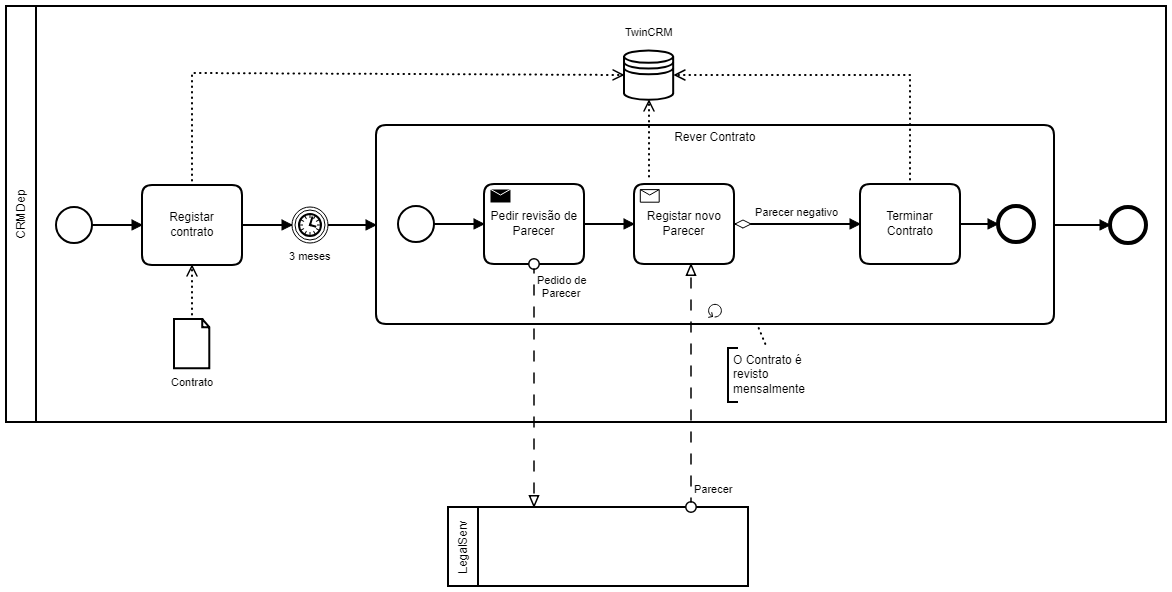
This is Entrega 2/Imagens/Gerir contrato.png from Mcvaleri0/Projeto-AMS, a BPMN export, as it was before one commit. Its source is kept beside it as Entrega 2/Gerir contrato.bpmn. Ids are renumbered.
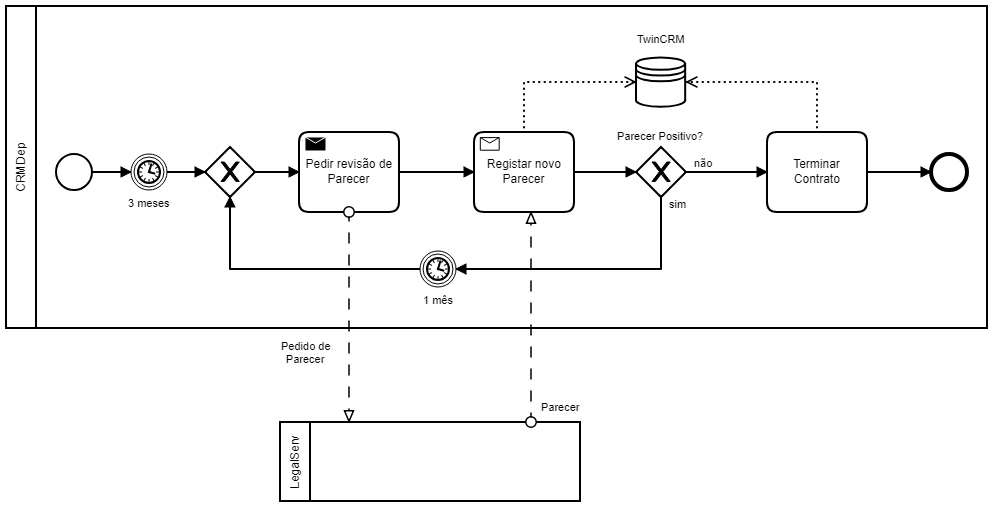
Above is the later version.

Commit message:
bpmn probably done

The edit, as a diff of the source:
```diff
@@ -2,207 +2,183 @@
   <bpmn:collaboration id="Collaboration_n2">
     <bpmn:participant id="Participant_n3" name="CRMDep" processRef="Process_1" />
     <bpmn:participant id="Participant_n4" name="LegalServ" processRef="Process_n5" />
+    <bpmn:messageFlow id="MessageFlow_n8" name="Parecer" sourceRef="Participant_n4" targetRef="Task_n9" />
     <bpmn:messageFlow id="MessageFlow_n6" name="Pedido de Parecer" sourceRef="Task_n7" targetRef="Participant_n4" />
-    <bpmn:messageFlow id="MessageFlow_n8" name="Parecer" sourceRef="Participant_n4" targetRef="Task_n9" />
   </bpmn:collaboration>
   <bpmn:process id="Process_1" isExecutable="true">
     <bpmn:startEvent id="StartEvent_1">
-      <bpmn:outgoing>SequenceFlow_n10</bpmn:outgoing>
+      <bpmn:outgoing>SequenceFlow_n35</bpmn:outgoing>
     </bpmn:startEvent>
-    <bpmn:task id="Task_n11" name="Registar contrato">
-      <bpmn:incoming>SequenceFlow_n10</bpmn:incoming>
-      <bpmn:outgoing>SequenceFlow_n12</bpmn:outgoing>
-      <bpmn:property id="Property_n13" name="__targetRef_placeholder" />
-      <bpmn:dataInputAssociation id="DataInputAssociation_n14">
-        <bpmn:sourceRef>DataObjectReference_n15</bpmn:sourceRef>
-        <bpmn:targetRef>Property_n13</bpmn:targetRef>
-      </bpmn:dataInputAssociation>
-      <bpmn:dataOutputAssociation id="DataOutputAssociation_n16">
+    <bpmn:exclusiveGateway id="ExclusiveGateway_n36">
+      <bpmn:incoming>SequenceFlow_n37</bpmn:incoming>
+      <bpmn:incoming>SequenceFlow_n38</bpmn:incoming>
+      <bpmn:outgoing>SequenceFlow_n39</bpmn:outgoing>
+    </bpmn:exclusiveGateway>
+    <bpmn:sendTask id="Task_n7" name="Pedir revisão de Parecer">
+      <bpmn:incoming>SequenceFlow_n39</bpmn:incoming>
+      <bpmn:outgoing>SequenceFlow_n40</bpmn:outgoing>
+    </bpmn:sendTask>
+    <bpmn:receiveTask id="Task_n9" name="Registar novo Parecer">
+      <bpmn:incoming>SequenceFlow_n40</bpmn:incoming>
+      <bpmn:outgoing>SequenceFlow_n41</bpmn:outgoing>
+      <bpmn:dataOutputAssociation id="DataOutputAssociation_n27">
+        <bpmn:targetRef>DataStoreReference_n17</bpmn:targetRef>
+      </bpmn:dataOutputAssociation>
+    </bpmn:receiveTask>
+    <bpmn:intermediateCatchEvent id="IntermediateThrowEvent_n42" name="1 mês">
+      <bpmn:incoming>SequenceFlow_n43</bpmn:incoming>
+      <bpmn:outgoing>SequenceFlow_n38</bpmn:outgoing>
+      <bpmn:timerEventDefinition />
+    </bpmn:intermediateCatchEvent>
+    <bpmn:exclusiveGateway id="ExclusiveGateway_n44" name="Parecer Positivo?">
+      <bpmn:incoming>SequenceFlow_n41</bpmn:incoming>
+      <bpmn:outgoing>SequenceFlow_n45</bpmn:outgoing>
+      <bpmn:outgoing>SequenceFlow_n43</bpmn:outgoing>
+    </bpmn:exclusiveGateway>
+    <bpmn:dataStoreReference id="DataStoreReference_n17" name="TwinCRM" />
+    <bpmn:task id="Task_n28" name="Terminar Contrato">
+      <bpmn:incoming>SequenceFlow_n45</bpmn:incoming>
+      <bpmn:outgoing>SequenceFlow_n21</bpmn:outgoing>
+      <bpmn:dataOutputAssociation id="DataOutputAssociation_n30">
         <bpmn:targetRef>DataStoreReference_n17</bpmn:targetRef>
       </bpmn:dataOutputAssociation>
     </bpmn:task>
-    <bpmn:sequenceFlow id="SequenceFlow_n10" sourceRef="StartEvent_1" targetRef="Task_n11" />
-    <bpmn:sequenceFlow id="SequenceFlow_n12" sourceRef="Task_n11" targetRef="IntermediateThrowEvent_n18" />
-    <bpmn:intermediateCatchEvent id="IntermediateThrowEvent_n18" name="3 meses">
-      <bpmn:incoming>SequenceFlow_n12</bpmn:incoming>
-      <bpmn:outgoing>SequenceFlow_n19</bpmn:outgoing>
-      <bpmn:timerEventDefinition />
-    </bpmn:intermediateCatchEvent>
-    <bpmn:sequenceFlow id="SequenceFlow_n19" sourceRef="IntermediateThrowEvent_n18" targetRef="Task_n20" />
-    <bpmn:sequenceFlow id="SequenceFlow_n21" sourceRef="Task_n20" targetRef="EndEvent_n22" />
-    <bpmn:subProcess id="Task_n20" name="Rever Contrato">
-      <bpmn:incoming>SequenceFlow_n19</bpmn:incoming>
-      <bpmn:outgoing>SequenceFlow_n21</bpmn:outgoing>
-      <bpmn:standardLoopCharacteristics />
-      <bpmn:startEvent id="StartEvent_n23">
-        <bpmn:outgoing>SequenceFlow_n24</bpmn:outgoing>
-      </bpmn:startEvent>
-      <bpmn:sequenceFlow id="SequenceFlow_n24" sourceRef="StartEvent_n23" targetRef="Task_n7" />
-      <bpmn:sendTask id="Task_n7" name="Pedir revisão de Parecer">
-        <bpmn:incoming>SequenceFlow_n24</bpmn:incoming>
-        <bpmn:outgoing>SequenceFlow_n25</bpmn:outgoing>
-      </bpmn:sendTask>
-      <bpmn:sequenceFlow id="SequenceFlow_n25" sourceRef="Task_n7" targetRef="Task_n9" />
-      <bpmn:receiveTask id="Task_n9" name="Registar novo Parecer">
-        <bpmn:incoming>SequenceFlow_n25</bpmn:incoming>
-        <bpmn:outgoing>SequenceFlow_n26</bpmn:outgoing>
-        <bpmn:dataOutputAssociation id="DataOutputAssociation_n27">
-          <bpmn:targetRef>DataStoreReference_n17</bpmn:targetRef>
-        </bpmn:dataOutputAssociation>
-      </bpmn:receiveTask>
-      <bpmn:task id="Task_n28" name="Terminar Contrato">
-        <bpmn:incoming>SequenceFlow_n26</bpmn:incoming>
-        <bpmn:outgoing>SequenceFlow_n29</bpmn:outgoing>
-        <bpmn:dataOutputAssociation id="DataOutputAssociation_n30">
-          <bpmn:targetRef>DataStoreReference_n17</bpmn:targetRef>
-        </bpmn:dataOutputAssociation>
-      </bpmn:task>
-      <bpmn:endEvent id="EndEvent_n31">
-        <bpmn:incoming>SequenceFlow_n29</bpmn:incoming>
-      </bpmn:endEvent>
-      <bpmn:sequenceFlow id="SequenceFlow_n29" sourceRef="Task_n28" targetRef="EndEvent_n31" />
-      <bpmn:sequenceFlow id="SequenceFlow_n26" name="Parecer negativo" sourceRef="Task_n9" targetRef="Task_n28">
-        <bpmn:conditionExpression xsi:type="bpmn:tFormalExpression" />
-      </bpmn:sequenceFlow>
-    </bpmn:subProcess>
-    <bpmn:dataStoreReference id="DataStoreReference_n17" name="TwinCRM" />
     <bpmn:endEvent id="EndEvent_n22">
       <bpmn:incoming>SequenceFlow_n21</bpmn:incoming>
     </bpmn:endEvent>
-    <bpmn:dataObjectReference id="DataObjectReference_n15" name="Contrato" dataObjectRef="DataObject_n32" />
-    <bpmn:dataObject id="DataObject_n32" />
-    <bpmn:association id="Association_n33" sourceRef="Task_n20" targetRef="TextAnnotation_n34" />
-    <bpmn:textAnnotation id="TextAnnotation_n34">
-      <bpmn:text>O Contrato é revisto mensalmente</bpmn:text>
-    </bpmn:textAnnotation>
+    <bpmn:sequenceFlow id="SequenceFlow_n21" sourceRef="Task_n28" targetRef="EndEvent_n22" />
+    <bpmn:sequenceFlow id="SequenceFlow_n40" sourceRef="Task_n7" targetRef="Task_n9" />
+    <bpmn:sequenceFlow id="SequenceFlow_n41" sourceRef="Task_n9" targetRef="ExclusiveGateway_n44" />
+    <bpmn:sequenceFlow id="SequenceFlow_n45" name="não" sourceRef="ExclusiveGateway_n44" targetRef="Task_n28" />
+    <bpmn:sequenceFlow id="SequenceFlow_n43" name="sim" sourceRef="ExclusiveGateway_n44" targetRef="IntermediateThrowEvent_n42" />
+    <bpmn:sequenceFlow id="SequenceFlow_n35" sourceRef="StartEvent_1" targetRef="IntermediateThrowEvent_n18" />
+    <bpmn:sequenceFlow id="SequenceFlow_n37" sourceRef="IntermediateThrowEvent_n18" targetRef="ExclusiveGateway_n36" />
+    <bpmn:sequenceFlow id="SequenceFlow_n39" sourceRef="ExclusiveGateway_n36" targetRef="Task_n7" />
+    <bpmn:sequenceFlow id="SequenceFlow_n38" sourceRef="IntermediateThrowEvent_n42" targetRef="ExclusiveGateway_n36" />
+    <bpmn:intermediateCatchEvent id="IntermediateThrowEvent_n18" name="3 meses">
+      <bpmn:incoming>SequenceFlow_n35</bpmn:incoming>
+      <bpmn:outgoing>SequenceFlow_n37</bpmn:outgoing>
+      <bpmn:timerEventDefinition />
+    </bpmn:intermediateCatchEvent>
   </bpmn:process>
   <bpmn:process id="Process_n5" isExecutable="false" />
   <bpmndi:BPMNDiagram id="BPMNDiagram_1">
     <bpmndi:BPMNPlane id="BPMNPlane_1" bpmnElement="Collaboration_n2">
       <bpmndi:BPMNShape id="Participant_n3_di" bpmnElement="Participant_n3">
-        <dc:Bounds x="102" y="53" width="1160" height="416" />
+        <dc:Bounds x="71" y="32" width="981" height="322" />
       </bpmndi:BPMNShape>
       <bpmndi:BPMNShape id="_BPMNShape_StartEvent_2" bpmnElement="StartEvent_1">
-        <dc:Bounds x="152" y="254" width="36" height="36" />
+        <dc:Bounds x="121" y="180" width="36" height="36" />
       </bpmndi:BPMNShape>
       <bpmndi:BPMNShape id="DataStoreReference_n17_di" bpmnElement="DataStoreReference_n17">
-        <dc:Bounds x="720" y="97" width="50" height="50" />
+        <dc:Bounds x="701" y="83" width="50" height="50" />
         <bpmndi:BPMNLabel>
-          <dc:Bounds x="721" y="73" width="47" height="14" />
+          <dc:Bounds x="702" y="59" width="47" height="14" />
         </bpmndi:BPMNLabel>
       </bpmndi:BPMNShape>
-      <bpmndi:BPMNShape id="Task_n11_di" bpmnElement="Task_n11">
-        <dc:Bounds x="238" y="232" width="100" height="80" />
-      </bpmndi:BPMNShape>
-      <bpmndi:BPMNEdge id="SequenceFlow_n10_di" bpmnElement="SequenceFlow_n10">
-        <di:waypoint x="188" y="272" />
-        <di:waypoint x="238" y="272" />
-      </bpmndi:BPMNEdge>
-      <bpmndi:BPMNShape id="DataObjectReference_n15_di" bpmnElement="DataObjectReference_n15">
-        <dc:Bounds x="270" y="366" width="36" height="50" />
+      <bpmndi:BPMNShape id="IntermediateCatchEvent_1pkcipb_di" bpmnElement="IntermediateThrowEvent_n18">
+        <dc:Bounds x="196" y="180" width="36" height="36" />
         <bpmndi:BPMNLabel>
-          <dc:Bounds x="267" y="423" width="43" height="14" />
+          <dc:Bounds x="193" y="223" width="43" height="14" />
         </bpmndi:BPMNLabel>
       </bpmndi:BPMNShape>
-      <bpmndi:BPMNEdge id="DataInputAssociation_n14_di" bpmnElement="DataInputAssociation_n14">
-        <di:waypoint x="288" y="366" />
-        <di:waypoint x="288" y="312" />
+      <bpmndi:BPMNShape id="Participant_n4_di" bpmnElement="Participant_n4">
+        <dc:Bounds x="345" y="448" width="300" height="79" />
+      </bpmndi:BPMNShape>
+      <bpmndi:BPMNShape id="EndEvent_n22_di" bpmnElement="EndEvent_n22">
+        <dc:Bounds x="996" y="180" width="36" height="36" />
+      </bpmndi:BPMNShape>
+      <bpmndi:BPMNShape id="Task_n28_di" bpmnElement="Task_n28">
+        <dc:Bounds x="832" y="158" width="100" height="80" />
+      </bpmndi:BPMNShape>
+      <bpmndi:BPMNEdge id="DataOutputAssociation_n30_di" bpmnElement="DataOutputAssociation_n30">
+        <di:waypoint x="882" y="158" />
+        <di:waypoint x="882" y="108" />
+        <di:waypoint x="751" y="108" />
       </bpmndi:BPMNEdge>
-      <bpmndi:BPMNEdge id="DataOutputAssociation_n16_di" bpmnElement="DataOutputAssociation_n16">
-        <di:waypoint x="288" y="232" />
-        <di:waypoint x="288" y="120" />
-        <di:waypoint x="720" y="122" />
+      <bpmndi:BPMNShape id="ReceiveTask_1msbryt_di" bpmnElement="Task_n9">
+        <dc:Bounds x="539" y="158" width="100" height="80" />
+      </bpmndi:BPMNShape>
+      <bpmndi:BPMNEdge id="DataOutputAssociation_n27_di" bpmnElement="DataOutputAssociation_n27">
+        <di:waypoint x="589" y="158" />
+        <di:waypoint x="589" y="108" />
+        <di:waypoint x="701" y="108" />
       </bpmndi:BPMNEdge>
-      <bpmndi:BPMNEdge id="SequenceFlow_n12_di" bpmnElement="SequenceFlow_n12">
-        <di:waypoint x="338" y="272" />
-        <di:waypoint x="388" y="272" />
-      </bpmndi:BPMNEdge>
-      <bpmndi:BPMNShape id="IntermediateCatchEvent_1pkcipb_di" bpmnElement="IntermediateThrowEvent_n18">
-        <dc:Bounds x="388" y="254" width="36" height="36" />
+      <bpmndi:BPMNEdge id="MessageFlow_n8_di" bpmnElement="MessageFlow_n8">
+        <di:waypoint x="596" y="448" />
+        <di:waypoint x="596" y="238" />
         <bpmndi:BPMNLabel>
-          <dc:Bounds x="385" y="297" width="43" height="14" />
+          <dc:Bounds x="606" y="427" width="40" height="14" />
         </bpmndi:BPMNLabel>
-      </bpmndi:BPMNShape>
-      <bpmndi:BPMNEdge id="SequenceFlow_n19_di" bpmnElement="SequenceFlow_n19">
-        <di:waypoint x="424" y="272" />
-        <di:waypoint x="472" y="272" />
-      </bpmndi:BPMNEdge>
-      <bpmndi:BPMNShape id="Participant_n4_di" bpmnElement="Participant_n4">
-        <dc:Bounds x="544" y="554" width="300" height="79" />
-      </bpmndi:BPMNShape>
-      <bpmndi:BPMNShape id="SubProcess_1baw1j9_di" bpmnElement="Task_n20" isExpanded="true">
-        <dc:Bounds x="472" y="172" width="678" height="199" />
-      </bpmndi:BPMNShape>
-      <bpmndi:BPMNShape id="StartEvent_n23_di" bpmnElement="StartEvent_n23">
-        <dc:Bounds x="494" y="253" width="36" height="36" />
-      </bpmndi:BPMNShape>
-      <bpmndi:BPMNEdge id="SequenceFlow_n24_di" bpmnElement="SequenceFlow_n24">
-        <di:waypoint x="530" y="271" />
-        <di:waypoint x="580" y="271" />
       </bpmndi:BPMNEdge>
       <bpmndi:BPMNShape id="SendTask_1hv25kn_di" bpmnElement="Task_n7">
-        <dc:Bounds x="580" y="231" width="100" height="80" />
+        <dc:Bounds x="364" y="158" width="100" height="80" />
       </bpmndi:BPMNShape>
       <bpmndi:BPMNEdge id="MessageFlow_n6_di" bpmnElement="MessageFlow_n6">
-        <di:waypoint x="630" y="311" />
-        <di:waypoint x="630" y="554" />
+        <di:waypoint x="414" y="238" />
+        <di:waypoint x="414" y="448" />
         <bpmndi:BPMNLabel>
-          <dc:Bounds x="633" y="321" width="50" height="27" />
-        </bpmndi:BPMNLabel>
-      </bpmndi:BPMNEdge>
-      <bpmndi:BPMNEdge id="SequenceFlow_n25_di" bpmnElement="SequenceFlow_n25">
-        <di:waypoint x="680" y="271" />
-        <di:waypoint x="730" y="271" />
-      </bpmndi:BPMNEdge>
-      <bpmndi:BPMNShape id="ReceiveTask_1msbryt_di" bpmnElement="Task_n9">
-        <dc:Bounds x="730" y="231" width="100" height="80" />
-      </bpmndi:BPMNShape>
-      <bpmndi:BPMNEdge id="MessageFlow_n8_di" bpmnElement="MessageFlow_n8">
-        <di:waypoint x="787" y="554" />
-        <di:waypoint x="787" y="311" />
-        <bpmndi:BPMNLabel>
-          <dc:Bounds x="790" y="530" width="40" height="14" />
-        </bpmndi:BPMNLabel>
-      </bpmndi:BPMNEdge>
-      <bpmndi:BPMNShape id="TextAnnotation_n34_di" bpmnElement="TextAnnotation_n34">
-        <dc:Bounds x="824" y="395" width="100" height="54" />
-      </bpmndi:BPMNShape>
-      <bpmndi:BPMNEdge id="Association_n33_di" bpmnElement="Association_n33">
-        <di:waypoint x="853" y="371" />
-        <di:waypoint x="863" y="395" />
-      </bpmndi:BPMNEdge>
-      <bpmndi:BPMNEdge id="DataOutputAssociation_n27_di" bpmnElement="DataOutputAssociation_n27">
-        <di:waypoint x="745" y="228" />
-        <di:waypoint x="745" y="147" />
-      </bpmndi:BPMNEdge>
-      <bpmndi:BPMNShape id="Task_n28_di" bpmnElement="Task_n28">
-        <dc:Bounds x="956" y="231" width="100" height="80" />
-      </bpmndi:BPMNShape>
-      <bpmndi:BPMNEdge id="DataOutputAssociation_n30_di" bpmnElement="DataOutputAssociation_n30">
-        <di:waypoint x="1006" y="231" />
-        <di:waypoint x="1006" y="122" />
-        <di:waypoint x="770" y="122" />
-      </bpmndi:BPMNEdge>
-      <bpmndi:BPMNShape id="EndEvent_n31_di" bpmnElement="EndEvent_n31">
-        <dc:Bounds x="1094" y="253" width="36" height="36" />
-      </bpmndi:BPMNShape>
-      <bpmndi:BPMNEdge id="SequenceFlow_n29_di" bpmnElement="SequenceFlow_n29">
-        <di:waypoint x="1056" y="271" />
-        <di:waypoint x="1094" y="271" />
-      </bpmndi:BPMNEdge>
-      <bpmndi:BPMNShape id="EndEvent_n22_di" bpmnElement="EndEvent_n22">
-        <dc:Bounds x="1206" y="254" width="36" height="36" />
-      </bpmndi:BPMNShape>
-      <bpmndi:BPMNEdge id="SequenceFlow_n26_di" bpmnElement="SequenceFlow_n26">
-        <di:waypoint x="830" y="271" />
-        <di:waypoint x="956" y="271" />
-        <bpmndi:BPMNLabel>
-          <dc:Bounds x="851" y="253" width="84" height="14" />
+          <dc:Bounds x="346" y="366" width="50" height="27" />
         </bpmndi:BPMNLabel>
       </bpmndi:BPMNEdge>
       <bpmndi:BPMNEdge id="SequenceFlow_n21_di" bpmnElement="SequenceFlow_n21">
-        <di:waypoint x="1150" y="272" />
-        <di:waypoint x="1206" y="272" />
+        <di:waypoint x="932" y="198" />
+        <di:waypoint x="996" y="198" />
+      </bpmndi:BPMNEdge>
+      <bpmndi:BPMNEdge id="SequenceFlow_n35_di" bpmnElement="SequenceFlow_n35">
+        <di:waypoint x="157" y="198" />
+        <di:waypoint x="196" y="198" />
+      </bpmndi:BPMNEdge>
+      <bpmndi:BPMNEdge id="SequenceFlow_n40_di" bpmnElement="SequenceFlow_n40">
+        <di:waypoint x="464" y="198" />
+        <di:waypoint x="539" y="198" />
+      </bpmndi:BPMNEdge>
+      <bpmndi:BPMNShape id="ExclusiveGateway_n44_di" bpmnElement="ExclusiveGateway_n44" isMarkerVisible="true">
+        <dc:Bounds x="701" y="173" width="50" height="50" />
+        <bpmndi:BPMNLabel>
+          <dc:Bounds x="682" y="156" width="87" height="14" />
+        </bpmndi:BPMNLabel>
+      </bpmndi:BPMNShape>
+      <bpmndi:BPMNEdge id="SequenceFlow_n41_di" bpmnElement="SequenceFlow_n41">
+        <di:waypoint x="639" y="198" />
+        <di:waypoint x="701" y="198" />
+      </bpmndi:BPMNEdge>
+      <bpmndi:BPMNEdge id="SequenceFlow_n45_di" bpmnElement="SequenceFlow_n45">
+        <di:waypoint x="751" y="198" />
+        <di:waypoint x="832" y="198" />
+        <bpmndi:BPMNLabel>
+          <dc:Bounds x="759" y="183" width="19" height="14" />
+        </bpmndi:BPMNLabel>
+      </bpmndi:BPMNEdge>
+      <bpmndi:BPMNEdge id="SequenceFlow_n43_di" bpmnElement="SequenceFlow_n43">
+        <di:waypoint x="726" y="223" />
+        <di:waypoint x="726" y="295" />
+        <di:waypoint x="521" y="295" />
+        <bpmndi:BPMNLabel>
+          <dc:Bounds x="734" y="224" width="18" height="14" />
+        </bpmndi:BPMNLabel>
+      </bpmndi:BPMNEdge>
+      <bpmndi:BPMNShape id="IntermediateCatchEvent_1i93kjk_di" bpmnElement="IntermediateThrowEvent_n42">
+        <dc:Bounds x="485" y="277" width="36" height="36" />
+        <bpmndi:BPMNLabel>
+          <dc:Bounds x="488" y="320" width="31" height="14" />
+        </bpmndi:BPMNLabel>
+      </bpmndi:BPMNShape>
+      <bpmndi:BPMNShape id="ExclusiveGateway_n36_di" bpmnElement="ExclusiveGateway_n36" isMarkerVisible="true">
+        <dc:Bounds x="270" y="173" width="50" height="50" />
+      </bpmndi:BPMNShape>
+      <bpmndi:BPMNEdge id="SequenceFlow_n37_di" bpmnElement="SequenceFlow_n37">
+        <di:waypoint x="232" y="198" />
+        <di:waypoint x="270" y="198" />
+      </bpmndi:BPMNEdge>
+      <bpmndi:BPMNEdge id="SequenceFlow_n39_di" bpmnElement="SequenceFlow_n39">
+        <di:waypoint x="320" y="198" />
+        <di:waypoint x="364" y="198" />
+      </bpmndi:BPMNEdge>
+      <bpmndi:BPMNEdge id="SequenceFlow_n38_di" bpmnElement="SequenceFlow_n38">
+        <di:waypoint x="485" y="295" />
+        <di:waypoint x="295" y="295" />
+        <di:waypoint x="295" y="223" />
       </bpmndi:BPMNEdge>
     </bpmndi:BPMNPlane>
   </bpmndi:BPMNDiagram>
```
